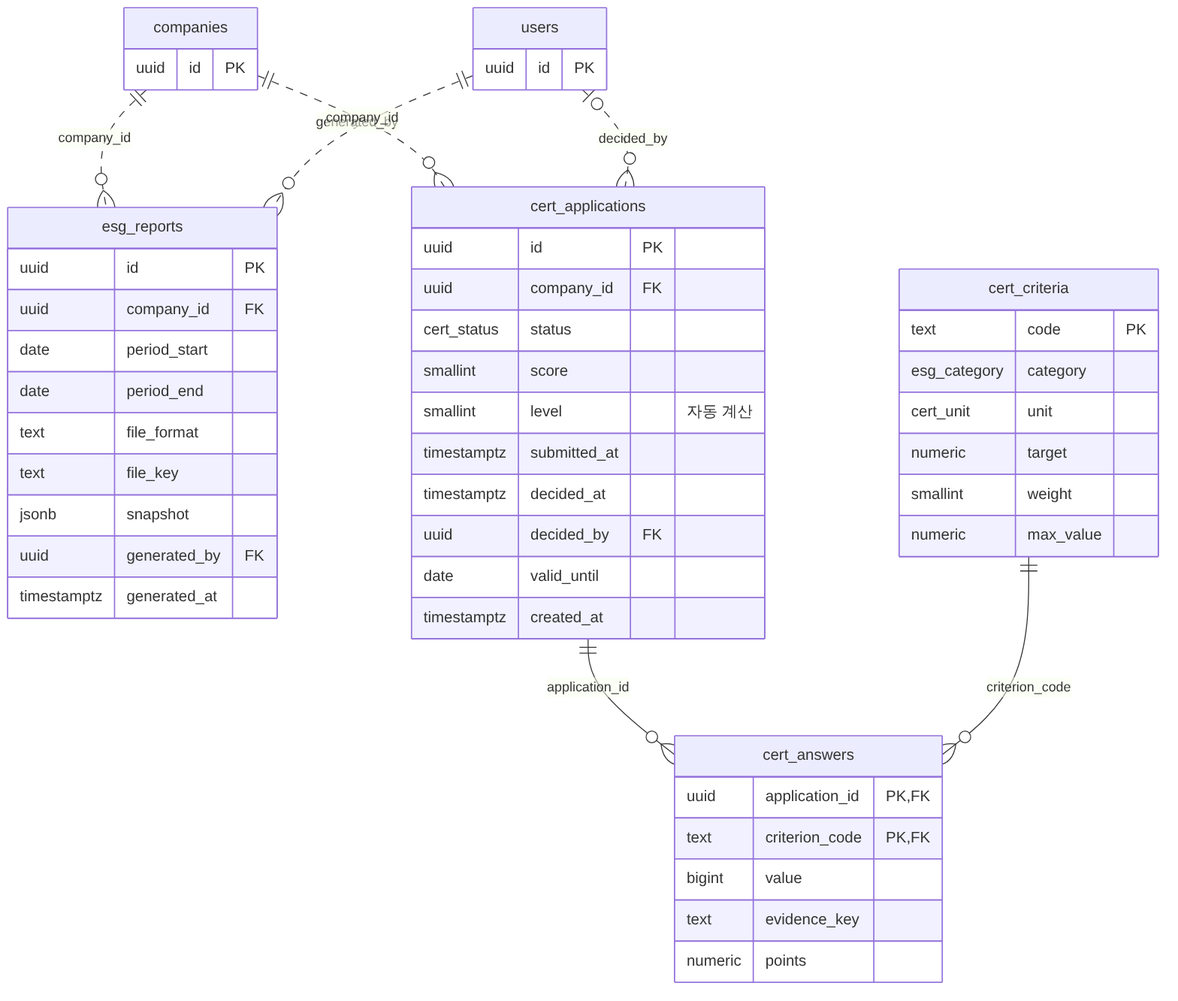
Above: docs/erd/06-esg.png in atome9797/sdgs-compass (Mermaid), before the change. Its source is kept beside it as docs/erd/06-esg.mmd.
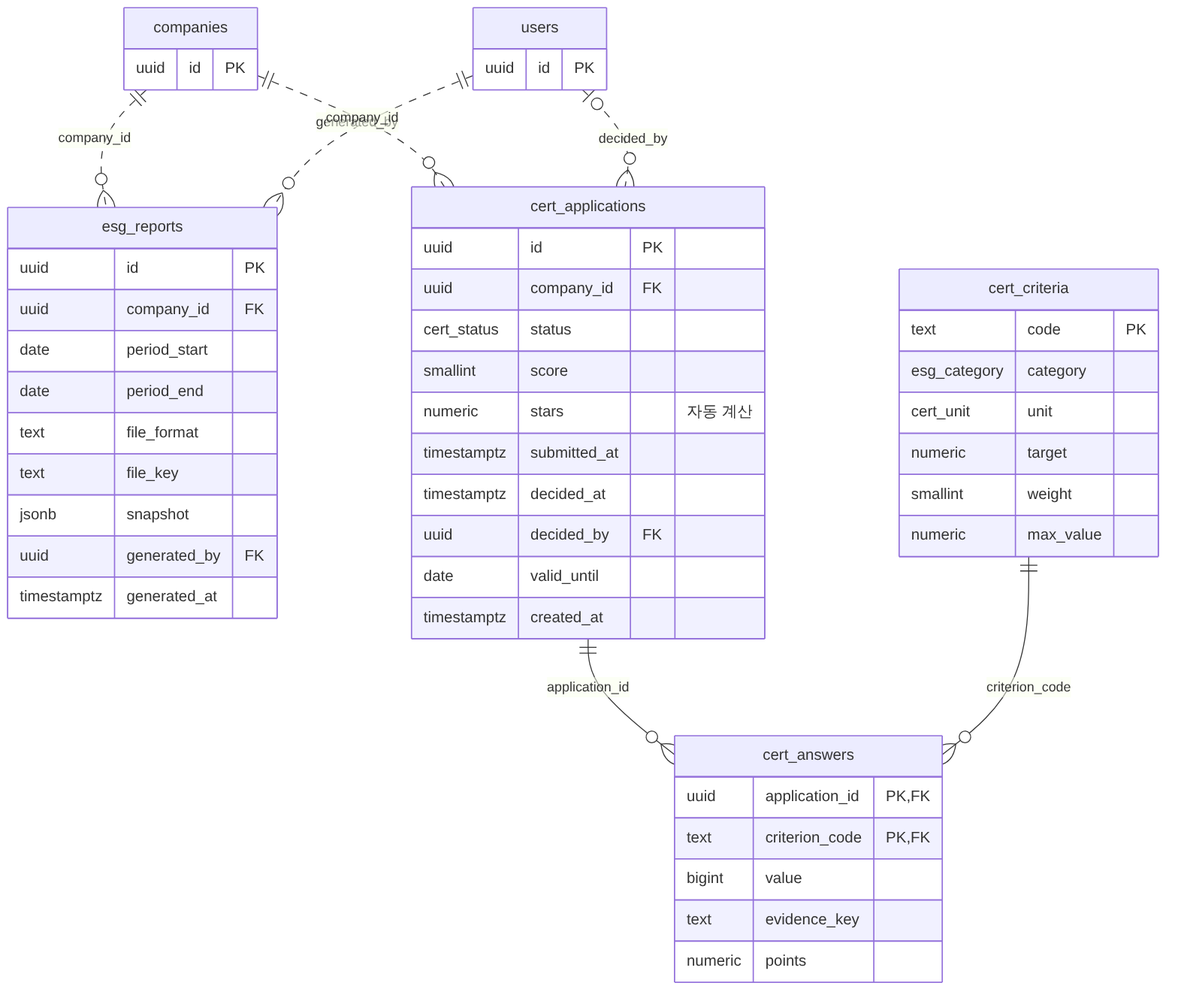
The same file after the commit.

What changed in the source:
```diff
@@ -23,7 +23,7 @@
     uuid company_id FK
     cert_status status
     smallint score
-    smallint level "자동 계산"
+    numeric stars "자동 계산"
     timestamptz submitted_at
     timestamptz decided_at
     uuid decided_by FK
```
